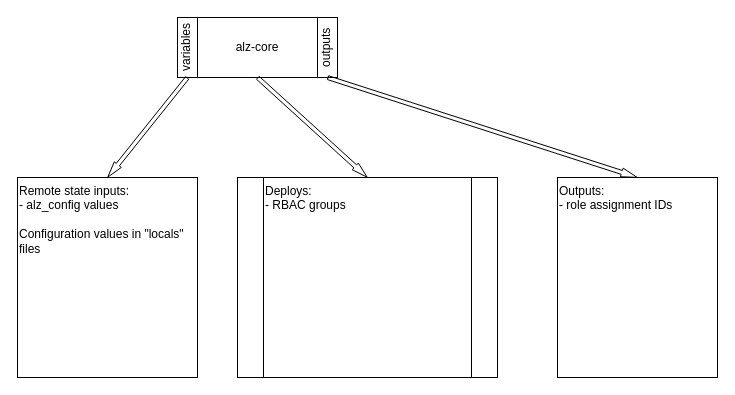
Before: page "alz-iam" (3 of 5) of ta-alz.drawio in balazspados/azure-sandbox, a draw.io diagram. Source tidied: cells renumbered, new cells numbered last; positions are measured from the earlier drawing's top-left corner, leaving out a move shared by most shapes. Both pictures are drawn from the tidied source at 100%, with x=0, y=0 at pixel (17, 17).
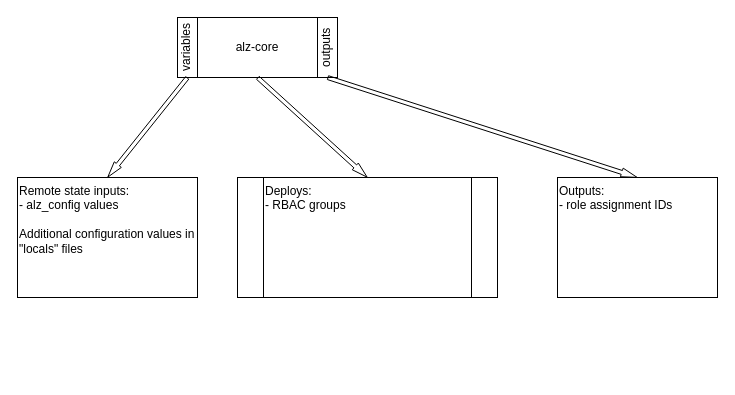
After the change.

Diff of the diagram source:
```diff
@@
 <mxGraphModel>
   <root>
     <mxCell id="0" />
     <mxCell id="1" parent="0" />
     <mxCell id="2" style="group;" parent="1" vertex="1">
       <mxGeometry x="160" width="160" height="60" as="geometry" />
     </mxCell>
     <mxCell id="3" value="alz-core" style="rounded=0;whiteSpace=wrap;html=1;" parent="2" vertex="1">
       <mxGeometry x="20" width="120" height="60" as="geometry" />
     </mxCell>
     <mxCell id="4" value="outputs" style="rounded=0;whiteSpace=wrap;html=1;textDirection=vertical-rl;rotation=-180;" parent="2" vertex="1">
       <mxGeometry x="140" width="20" height="60" as="geometry" />
     </mxCell>
     <mxCell id="5" value="variables" style="rounded=0;whiteSpace=wrap;html=1;textDirection=vertical-lr;rotation=-180;" parent="2" vertex="1">
       <mxGeometry width="20" height="60" as="geometry" />
     </mxCell>
     <mxCell id="6" value="&lt;div&gt;Deploys:&lt;/div&gt;&lt;div&gt;&lt;div&gt;- RBAC groups&lt;/div&gt;&lt;/div&gt;" style="shape=process;whiteSpace=wrap;html=1;backgroundOutline=1;align=left;verticalAlign=top;" parent="1" vertex="1">
-      <mxGeometry x="220" y="160" width="260" height="200" as="geometry" />
+      <mxGeometry x="220" y="160" width="260" height="120" as="geometry" />
     </mxCell>
-    <mxCell id="7" value="&lt;span style=&quot;color: rgb(0, 0, 0);&quot;&gt;Remote state inputs:&lt;/span&gt;&lt;div&gt;&lt;div&gt;- alz_config values&lt;/div&gt;&lt;/div&gt;&lt;div&gt;&lt;br&gt;&lt;/div&gt;&lt;div&gt;Configuration values in &quot;locals&quot; files&lt;/div&gt;" style="rounded=0;whiteSpace=wrap;html=1;align=left;verticalAlign=top;" parent="1" vertex="1">
-      <mxGeometry y="160" width="180" height="200" as="geometry" />
+    <mxCell id="7" value="&lt;span style=&quot;color: rgb(0, 0, 0);&quot;&gt;Remote state inputs:&lt;/span&gt;&lt;div&gt;&lt;div&gt;- alz_config values&lt;/div&gt;&lt;/div&gt;&lt;div&gt;&lt;br&gt;&lt;/div&gt;&lt;div&gt;Additional configuration values in &quot;locals&quot; files&lt;/div&gt;" style="rounded=0;whiteSpace=wrap;html=1;align=left;verticalAlign=top;" parent="1" vertex="1">
+      <mxGeometry y="160" width="180" height="120" as="geometry" />
     </mxCell>
     <mxCell id="8" style="shape=flexArrow;endArrow=classic;html=1;exitX=0.5;exitY=0;exitDx=0;exitDy=0;entryX=0.5;entryY=0;entryDx=0;entryDy=0;startSize=3;endSize=5;sourcePerimeterSpacing=0;endWidth=4;width=4;" parent="1" edge="1" source="5" target="7">
       <mxGeometry relative="1" as="geometry" />
     </mxCell>
     <mxCell id="9" style="shape=flexArrow;endArrow=classic;html=1;exitX=0.5;exitY=1;exitDx=0;exitDy=0;entryX=0.5;entryY=0;entryDx=0;entryDy=0;startSize=3;endSize=5;sourcePerimeterSpacing=0;endWidth=4;width=4;" parent="1" edge="1" source="3" target="6">
       <mxGeometry relative="1" as="geometry" />
     </mxCell>
     <mxCell id="10" value="Outputs:&lt;div&gt;- role assignment IDs&lt;br&gt;&lt;/div&gt;" style="rounded=0;whiteSpace=wrap;html=1;align=left;verticalAlign=top;" parent="1" vertex="1">
-      <mxGeometry x="540" y="160" width="160" height="200" as="geometry" />
+      <mxGeometry x="540" y="160" width="160" height="120" as="geometry" />
     </mxCell>
     <mxCell id="11" style="shape=flexArrow;endArrow=classic;html=1;exitX=0.5;exitY=0;exitDx=0;exitDy=0;entryX=0.5;entryY=0;entryDx=0;entryDy=0;startSize=3;endSize=5;sourcePerimeterSpacing=0;endWidth=4;width=4;" parent="1" edge="1" source="4" target="10">
       <mxGeometry relative="1" as="geometry" />
     </mxCell>
   </root>
 </mxGraphModel>
```
